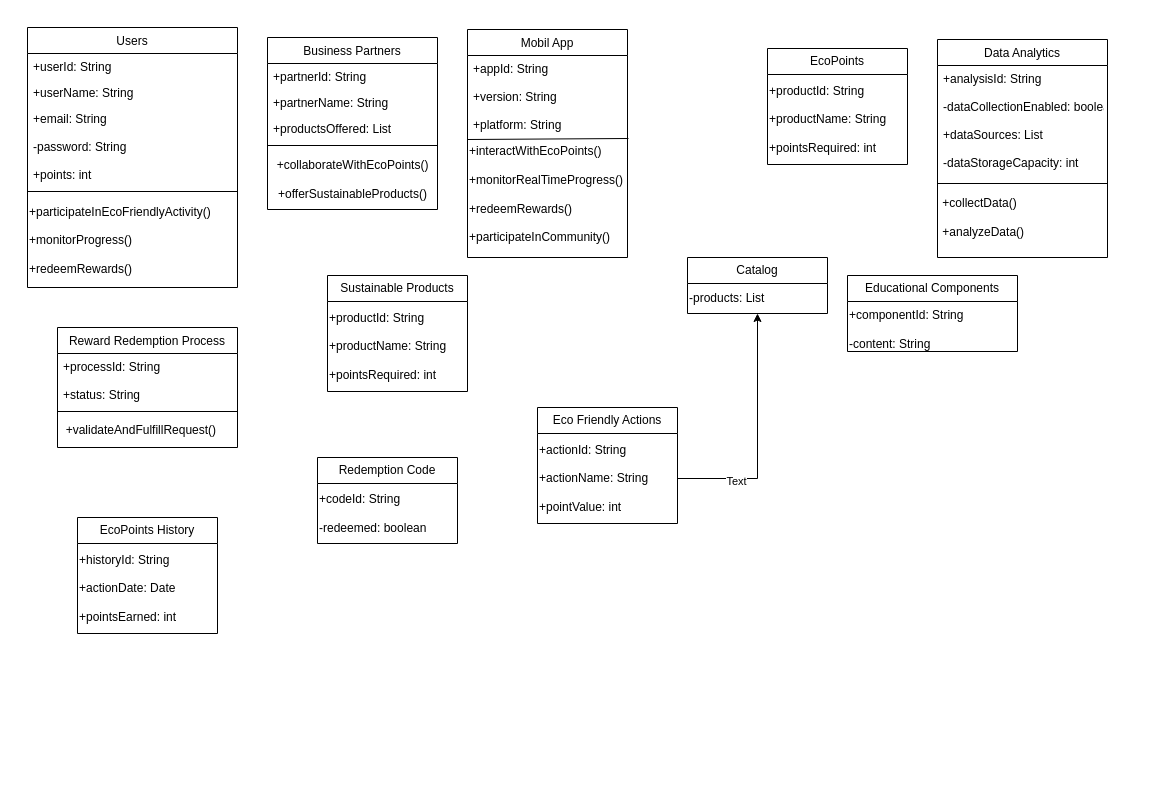
biabcp/UML-Domain-Class-Diagram keeps this draw.io diagram as Untitled Diagram.drawio. Above is the earlier version. Source tidied: cells renumbered, new cells numbered last; positions are measured from the earlier drawing's top-left corner, leaving out a move shared by most shapes. Both pictures are drawn from the tidied source at 100%, with x=0, y=0 at pixel (27, 27).
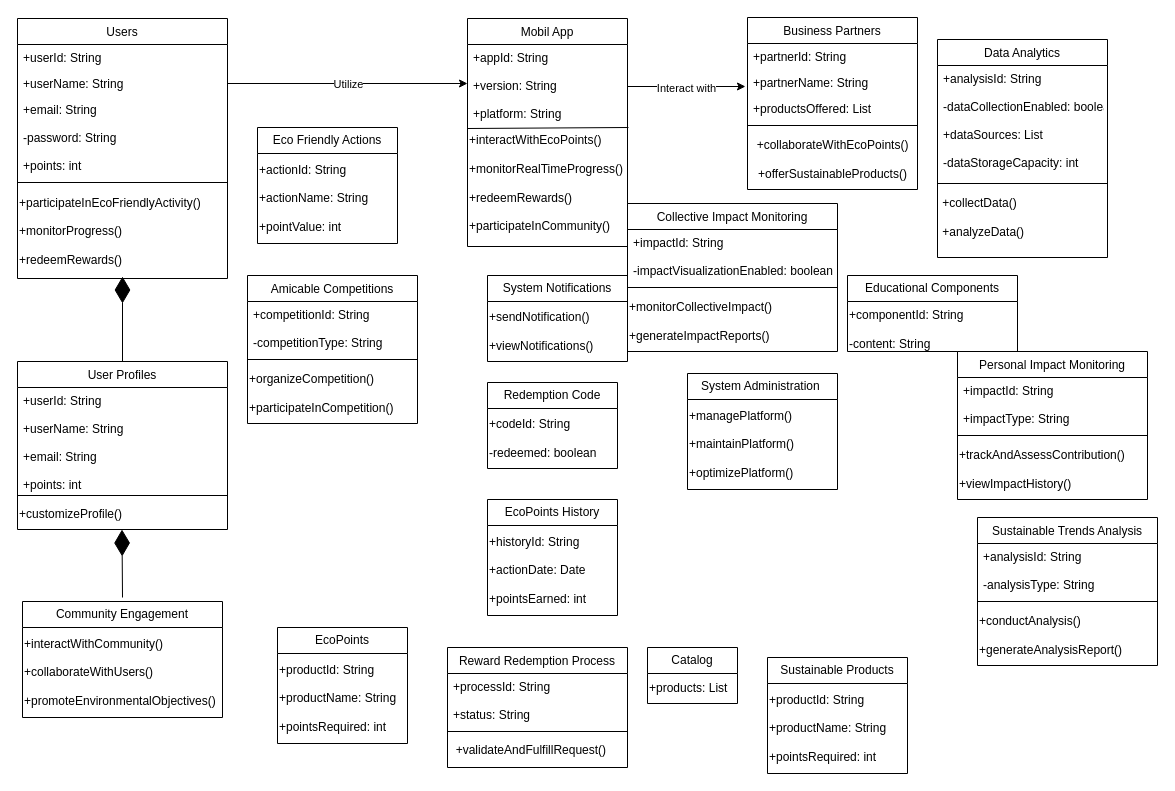
Above is the later version.

Commit message (it also covers changes not shown here):
Domain Class Diagram.drawio

The change refers to these unchanged cells:
```xml
<mxCell id="4" value="+userName: String" style="text;align=left;verticalAlign=top;spacingLeft=4;spacingRight=4;overflow=hidden;points=[[0,0.5],[1,0.5]];portConstraint=eastwest;rounded=0;shadow=0;html=0;" parent="2" vertex="1">
  <mxGeometry y="52" width="210" height="26" as="geometry" />
</mxCell>
<mxCell id="7" value="&lt;div&gt;+participateInEcoFriendlyActivity()&lt;/div&gt;&lt;div&gt;&lt;br&gt;&lt;/div&gt;&lt;div&gt;&lt;span style=&quot;background-color: initial;&quot;&gt;+monitorProgress()&lt;/span&gt;&lt;br&gt;&lt;/div&gt;&lt;div&gt;&lt;span style=&quot;background-color: initial;&quot;&gt;&lt;br&gt;&lt;/span&gt;&lt;/div&gt;&lt;div&gt;+redeemRewards()&lt;/div&gt;" style="text;html=1;align=left;verticalAlign=middle;points=[];strokeColor=none;fillColor=none;" parent="2" vertex="1">
  <mxGeometry y="168" width="210" height="90" as="geometry" />
</mxCell>
<mxCell id="11" value="+productsOffered: List" style="text;align=left;verticalAlign=top;spacingLeft=4;spacingRight=4;overflow=hidden;points=[[0,0.5],[1,0.5]];portConstraint=eastwest;rounded=0;shadow=0;html=0;" parent="8" vertex="1">
  <mxGeometry y="78" width="170" height="26" as="geometry" />
</mxCell>
<mxCell id="15" value="+appId: String&#10;&#10;+version: String&#10;&#10;+platform: String" style="text;align=left;verticalAlign=top;spacingLeft=4;spacingRight=4;overflow=hidden;points=[[0,0.5],[1,0.5]];portConstraint=eastwest;" parent="14" vertex="1">
  <mxGeometry y="26" width="160" height="84" as="geometry" />
</mxCell>
<mxCell id="26" value="&lt;div&gt;+actionId: String&lt;/div&gt;&lt;div&gt;&lt;br&gt;&lt;/div&gt;&lt;div&gt;+actionName: String&lt;/div&gt;&lt;div&gt;&lt;br&gt;&lt;/div&gt;&lt;div&gt;+pointValue: int&lt;/div&gt;" style="text;html=1;align=left;verticalAlign=middle;points=[];strokeColor=none;fillColor=none;" parent="25" vertex="1">
  <mxGeometry y="26" width="140" height="90" as="geometry" />
</mxCell>
```

Change to the diagram source:
```diff
@@
     <mxCell id="2" value="Users" style="swimlane;fontStyle=0;align=center;verticalAlign=top;horizontal=1;startSize=26;rounded=0;shadow=0;strokeWidth=1;" parent="1" vertex="1">
-      <mxGeometry width="210" height="260" as="geometry" />
+      <mxGeometry x="-10" y="-9" width="210" height="260" as="geometry" />
     </mxCell>
@@
     <mxCell id="8" value="Business Partners" style="swimlane;fontStyle=0;align=center;verticalAlign=top;horizontal=1;startSize=26;rounded=0;shadow=0;strokeWidth=1;" parent="1" vertex="1">
-      <mxGeometry x="240" y="10" width="170" height="172" as="geometry" />
+      <mxGeometry x="720" y="-10" width="170" height="172" as="geometry" />
     </mxCell>
@@
     <mxCell id="14" value="Mobil App" style="swimlane;fontStyle=0;align=center;verticalAlign=top;horizontal=1;startSize=26;rounded=0;shadow=0;strokeWidth=1;" parent="1" vertex="1">
-      <mxGeometry x="440" y="2" width="160" height="228" as="geometry" />
+      <mxGeometry x="440" y="-9" width="160" height="228" as="geometry" />
     </mxCell>
@@
     <mxCell id="19" value="Sustainable Products" style="swimlane;fontStyle=0;horizontal=1;startSize=26;fillColor=none;whiteSpace=wrap;html=1;" parent="1" vertex="1">
-      <mxGeometry x="300" y="248" width="140" height="116" as="geometry" />
+      <mxGeometry x="740" y="630" width="140" height="116" as="geometry" />
     </mxCell>
@@
     <mxCell id="21" value="EcoPoints" style="swimlane;fontStyle=0;horizontal=1;startSize=26;fillColor=none;whiteSpace=wrap;html=1;" parent="1" vertex="1">
-      <mxGeometry x="740" y="21" width="140" height="116" as="geometry" />
+      <mxGeometry x="250" y="600" width="130" height="116" as="geometry" />
     </mxCell>
     <mxCell id="22" value="&lt;div&gt;+productId: String&lt;/div&gt;&lt;div&gt;&lt;br&gt;&lt;/div&gt;&lt;div&gt;+productName: String&lt;/div&gt;&lt;div&gt;&lt;br&gt;&lt;/div&gt;&lt;div&gt;+pointsRequired: int&lt;/div&gt;" style="text;html=1;align=left;verticalAlign=middle;strokeColor=none;fillColor=none;" parent="21" vertex="1">
-      <mxGeometry y="26" width="140" height="90" as="geometry" />
+      <mxGeometry y="26" width="130" height="90" as="geometry" />
     </mxCell>
     <mxCell id="23" value="Catalog" style="swimlane;fontStyle=0;horizontal=1;startSize=26;fillColor=none;whiteSpace=wrap;html=1;" parent="1" vertex="1">
-      <mxGeometry x="660" y="230" width="140" height="56" as="geometry" />
+      <mxGeometry x="620" y="620" width="90" height="56" as="geometry" />
     </mxCell>
-    <mxCell id="24" value="-products: List" style="text;html=1;align=left;verticalAlign=middle;points=[];strokeColor=none;fillColor=none;" parent="23" vertex="1">
-      <mxGeometry y="26" width="140" height="30" as="geometry" />
+    <mxCell id="24" value="+products: List" style="text;html=1;align=left;verticalAlign=middle;points=[];strokeColor=none;fillColor=none;" parent="23" vertex="1">
+      <mxGeometry y="26" width="90" height="30" as="geometry" />
     </mxCell>
     <mxCell id="25" value="Eco Friendly Actions" style="swimlane;fontStyle=0;horizontal=1;startSize=26;fillColor=none;whiteSpace=wrap;html=1;" parent="1" vertex="1">
-      <mxGeometry x="510" y="380" width="140" height="116" as="geometry" />
+      <mxGeometry x="230" y="100" width="140" height="116" as="geometry" />
     </mxCell>
@@
-    <mxCell id="27" style="edgeStyle=orthogonalEdgeStyle;rounded=0;jettySize=auto;html=1;" parent="1" edge="1" source="26" target="24">
-      <mxGeometry relative="1" as="geometry" />
-    </mxCell>
-    <mxCell id="28" value="Text" style="edgeLabel;html=1;align=center;verticalAlign=middle;" parent="27" vertex="1">
-      <mxGeometry x="-0.53" y="-2" relative="1" as="geometry" />
-    </mxCell>
     <mxCell id="29" value="Redemption Code" style="swimlane;fontStyle=0;horizontal=1;startSize=26;fillColor=none;whiteSpace=wrap;html=1;" parent="1" vertex="1">
-      <mxGeometry x="290" y="430" width="140" height="86" as="geometry" />
+      <mxGeometry x="460" y="355" width="130" height="86" as="geometry" />
     </mxCell>
     <mxCell id="30" value="&lt;div&gt;+codeId: String&lt;/div&gt;&lt;div&gt;&lt;br&gt;&lt;/div&gt;&lt;div&gt;-redeemed: boolean&lt;/div&gt;" style="text;html=1;align=left;verticalAlign=middle;strokeColor=none;fillColor=none;" parent="29" vertex="1">
-      <mxGeometry y="26" width="140" height="60" as="geometry" />
+      <mxGeometry y="26" width="130" height="60" as="geometry" />
     </mxCell>
     <mxCell id="31" value="Reward Redemption Process" style="swimlane;fontStyle=0;align=center;verticalAlign=top;horizontal=1;startSize=26;rounded=0;shadow=0;strokeWidth=1;" parent="1" vertex="1">
-      <mxGeometry x="30" y="300" width="180" height="120" as="geometry" />
+      <mxGeometry x="420" y="620" width="180" height="120" as="geometry" />
     </mxCell>
@@
     <mxCell id="35" value="EcoPoints History" style="swimlane;fontStyle=0;horizontal=1;startSize=26;fillColor=none;whiteSpace=wrap;html=1;" parent="1" vertex="1">
-      <mxGeometry x="50" y="490" width="140" height="116" as="geometry" />
+      <mxGeometry x="460" y="472" width="130" height="116" as="geometry" />
     </mxCell>
     <mxCell id="36" value="&lt;div&gt;+historyId: String&lt;/div&gt;&lt;div&gt;&lt;br&gt;&lt;/div&gt;&lt;div&gt;+actionDate: Date&lt;/div&gt;&lt;div&gt;&lt;br&gt;&lt;/div&gt;&lt;div&gt;+pointsEarned: int&lt;/div&gt;" style="text;html=1;align=left;verticalAlign=middle;strokeColor=none;fillColor=none;" parent="35" vertex="1">
-      <mxGeometry y="26" width="140" height="90" as="geometry" />
+      <mxGeometry y="26" width="130" height="90" as="geometry" />
     </mxCell>
@@
+    <mxCell id="43" value="Personal Impact Monitoring" style="swimlane;fontStyle=0;align=center;verticalAlign=top;horizontal=1;startSize=26;rounded=0;shadow=0;strokeWidth=1;" parent="1" vertex="1">
+      <mxGeometry x="930" y="324" width="190" height="148" as="geometry" />
+    </mxCell>
+    <mxCell id="44" value="+impactId: String&#10;&#10;+impactType: String&#10;" style="text;align=left;verticalAlign=top;spacingLeft=4;spacingRight=4;overflow=hidden;" parent="43" vertex="1">
+      <mxGeometry y="26" width="190" height="54" as="geometry" />
+    </mxCell>
+    <mxCell id="45" style="line;html=1;strokeWidth=1;align=left;verticalAlign=middle;spacingTop=-1;spacingLeft=3;spacingRight=3;labelPosition=right;" parent="43" vertex="1">
+      <mxGeometry y="80" width="190" height="8" as="geometry" />
+    </mxCell>
+    <mxCell id="46" value="+trackAndAssessContribution()&lt;br&gt;&lt;br&gt;+viewImpactHistory()" style="text;html=1;align=left;verticalAlign=middle;strokeColor=none;fillColor=none;" parent="43" vertex="1">
+      <mxGeometry y="88" width="190" height="60" as="geometry" />
+    </mxCell>
+    <mxCell id="47" value="Collective Impact Monitoring" style="swimlane;fontStyle=0;align=center;verticalAlign=top;horizontal=1;startSize=26;rounded=0;shadow=0;strokeWidth=1;" parent="1" vertex="1">
+      <mxGeometry x="600" y="176" width="210" height="148" as="geometry" />
+    </mxCell>
+    <mxCell id="48" value="+impactId: String&#10;&#10;-impactVisualizationEnabled: boolean&#10;" style="text;align=left;verticalAlign=top;spacingLeft=4;spacingRight=4;overflow=hidden;" parent="47" vertex="1">
+      <mxGeometry y="26" width="210" height="54" as="geometry" />
+    </mxCell>
+    <mxCell id="49" style="line;html=1;strokeWidth=1;align=left;verticalAlign=middle;spacingTop=-1;spacingLeft=3;spacingRight=3;labelPosition=right;" parent="47" vertex="1">
+      <mxGeometry y="80" width="210" height="8" as="geometry" />
+    </mxCell>
+    <mxCell id="50" value="+monitorCollectiveImpact()&lt;br&gt;&lt;br&gt;+generateImpactReports()" style="text;html=1;align=left;verticalAlign=middle;strokeColor=none;fillColor=none;" parent="47" vertex="1">
+      <mxGeometry y="88" width="210" height="60" as="geometry" />
+    </mxCell>
+    <mxCell id="51" value="Amicable Competitions" style="swimlane;fontStyle=0;align=center;verticalAlign=top;horizontal=1;startSize=26;rounded=0;shadow=0;strokeWidth=1;" parent="1" vertex="1">
+      <mxGeometry x="220" y="248" width="170" height="148" as="geometry" />
+    </mxCell>
+    <mxCell id="52" value="+competitionId: String&#10;&#10;-competitionType: String&#10;" style="text;align=left;verticalAlign=top;spacingLeft=4;spacingRight=4;overflow=hidden;" parent="51" vertex="1">
+      <mxGeometry y="26" width="170" height="54" as="geometry" />
+    </mxCell>
+    <mxCell id="53" style="line;html=1;strokeWidth=1;align=left;verticalAlign=middle;spacingTop=-1;spacingLeft=3;spacingRight=3;labelPosition=right;" parent="51" vertex="1">
+      <mxGeometry y="80" width="170" height="8" as="geometry" />
+    </mxCell>
+    <mxCell id="54" value="+organizeCompetition()&lt;br&gt;&lt;br&gt;+participateInCompetition()&lt;br&gt;" style="text;html=1;align=left;verticalAlign=middle;strokeColor=none;fillColor=none;" parent="51" vertex="1">
+      <mxGeometry y="88" width="170" height="60" as="geometry" />
+    </mxCell>
+    <mxCell id="55" value="System Notifications" style="swimlane;fontStyle=0;horizontal=1;startSize=26;fillColor=none;whiteSpace=wrap;html=1;" parent="1" vertex="1">
+      <mxGeometry x="460" y="248" width="140" height="86" as="geometry" />
+    </mxCell>
+    <mxCell id="56" value="+sendNotification()&lt;br&gt;&lt;br&gt;+viewNotifications()" style="text;html=1;align=left;verticalAlign=middle;strokeColor=none;fillColor=none;" parent="55" vertex="1">
+      <mxGeometry y="26" width="140" height="60" as="geometry" />
+    </mxCell>
+    <mxCell id="57" value="Sustainable Trends Analysis" style="swimlane;fontStyle=0;align=center;verticalAlign=top;horizontal=1;startSize=26;rounded=0;shadow=0;strokeWidth=1;" parent="1" vertex="1">
+      <mxGeometry x="950" y="490" width="180" height="148" as="geometry" />
+    </mxCell>
+    <mxCell id="58" value="+analysisId: String&#10;&#10;-analysisType: String" style="text;align=left;verticalAlign=top;spacingLeft=4;spacingRight=4;overflow=hidden;" parent="57" vertex="1">
+      <mxGeometry y="26" width="180" height="54" as="geometry" />
+    </mxCell>
+    <mxCell id="59" style="line;html=1;strokeWidth=1;align=left;verticalAlign=middle;spacingTop=-1;spacingLeft=3;spacingRight=3;labelPosition=right;" parent="57" vertex="1">
+      <mxGeometry y="80" width="180" height="8" as="geometry" />
+    </mxCell>
+    <mxCell id="60" value="&lt;div&gt;+conductAnalysis()&lt;/div&gt;&lt;div&gt;&lt;br&gt;&lt;/div&gt;&lt;div&gt;+generateAnalysisReport()&lt;/div&gt;" style="text;html=1;align=left;verticalAlign=middle;strokeColor=none;fillColor=none;" parent="57" vertex="1">
+      <mxGeometry y="88" width="180" height="60" as="geometry" />
+    </mxCell>
+    <mxCell id="61" value="System Administration&amp;nbsp;" style="swimlane;fontStyle=0;horizontal=1;startSize=26;fillColor=none;whiteSpace=wrap;html=1;" parent="1" vertex="1">
+      <mxGeometry x="660" y="346" width="150" height="116" as="geometry" />
+    </mxCell>
+    <mxCell id="62" value="+managePlatform()&lt;br&gt;&lt;br&gt;+maintainPlatform()&lt;br&gt;&lt;br&gt;+optimizePlatform()" style="text;html=1;align=left;verticalAlign=middle;strokeColor=none;fillColor=none;" parent="61" vertex="1">
+      <mxGeometry y="26" width="150" height="90" as="geometry" />
+    </mxCell>
+    <mxCell id="63" value="User Profiles" style="swimlane;fontStyle=0;align=center;verticalAlign=top;horizontal=1;startSize=26;rounded=0;shadow=0;strokeWidth=1;" parent="1" vertex="1">
+      <mxGeometry x="-10" y="334" width="210" height="168" as="geometry" />
+    </mxCell>
+    <mxCell id="64" value="+userId: String&#10;&#10;+userName: String&#10;&#10;+email: String&#10;&#10;+points: int" style="text;align=left;verticalAlign=top;spacingLeft=4;spacingRight=4;overflow=hidden;" parent="63" vertex="1">
+      <mxGeometry y="26" width="210" height="104" as="geometry" />
+    </mxCell>
+    <mxCell id="65" style="line;html=1;strokeWidth=1;align=left;verticalAlign=middle;spacingTop=-1;spacingLeft=3;spacingRight=3;labelPosition=right;" parent="63" vertex="1">
+      <mxGeometry y="130" width="210" height="8" as="geometry" />
+    </mxCell>
+    <mxCell id="66" value="&lt;div&gt;&lt;span style=&quot;background-color: initial;&quot;&gt;+customizeProfile()&lt;/span&gt;&lt;br&gt;&lt;/div&gt;" style="text;html=1;align=left;verticalAlign=middle;strokeColor=none;fillColor=none;" parent="63" vertex="1">
+      <mxGeometry y="138" width="210" height="30" as="geometry" />
+    </mxCell>
+    <mxCell id="67" value="Community Engagement" style="swimlane;fontStyle=0;horizontal=1;startSize=26;fillColor=none;whiteSpace=wrap;html=1;" parent="1" vertex="1">
+      <mxGeometry x="-5" y="574" width="200" height="116" as="geometry" />
+    </mxCell>
+    <mxCell id="68" value="&lt;div&gt;+interactWithCommunity()&lt;/div&gt;&lt;div&gt;&lt;br&gt;&lt;/div&gt;&lt;div&gt;+collaborateWithUsers()&lt;/div&gt;&lt;div&gt;&lt;br&gt;&lt;/div&gt;&lt;div&gt;+promoteEnvironmentalObjectives()&lt;/div&gt;" style="text;html=1;align=left;verticalAlign=middle;strokeColor=none;fillColor=none;" parent="67" vertex="1">
+      <mxGeometry y="26" width="200" height="90" as="geometry" />
+    </mxCell>
+    <mxCell id="69" style="endArrow=diamondThin;endFill=1;endSize=24;html=1;rounded=0;exitX=0.5;exitY=0;exitDx=0;exitDy=0;" parent="1" edge="1" source="63" target="7">
+      <mxGeometry relative="1" as="geometry" />
+    </mxCell>
+    <mxCell id="70" style="edgeStyle=orthogonalEdgeStyle;rounded=0;jettySize=auto;html=1;exitX=1;exitY=0.5;exitDx=0;exitDy=0;" parent="1" edge="1" source="4">
+      <mxGeometry relative="1" as="geometry">
+        <mxPoint x="440" y="56" as="targetPoint" />
+      </mxGeometry>
+    </mxCell>
+    <mxCell id="71" value="Utilize" style="edgeLabel;html=1;align=center;verticalAlign=middle;" parent="70" vertex="1">
+      <mxGeometry relative="1" as="geometry" />
+    </mxCell>
+    <mxCell id="72" style="edgeStyle=orthogonalEdgeStyle;rounded=0;jettySize=auto;html=1;exitX=1;exitY=0.5;exitDx=0;exitDy=0;entryX=-0.012;entryY=-0.346;entryDx=0;entryDy=0;entryPerimeter=0;" parent="1" edge="1" source="15" target="11">
+      <mxGeometry relative="1" as="geometry" />
+    </mxCell>
+    <mxCell id="73" value="Interact with" style="edgeLabel;html=1;align=center;verticalAlign=middle;" parent="72" vertex="1">
+      <mxGeometry y="-1" relative="1" as="geometry" />
+    </mxCell>
+    <mxCell id="74" style="endArrow=diamondThin;endFill=1;endSize=24;html=1;rounded=0;" parent="1" edge="1">
+      <mxGeometry relative="1" as="geometry">
+        <mxPoint x="95" y="570" as="sourcePoint" />
+        <mxPoint x="94.5" y="502" as="targetPoint" />
+      </mxGeometry>
+    </mxCell>
```
